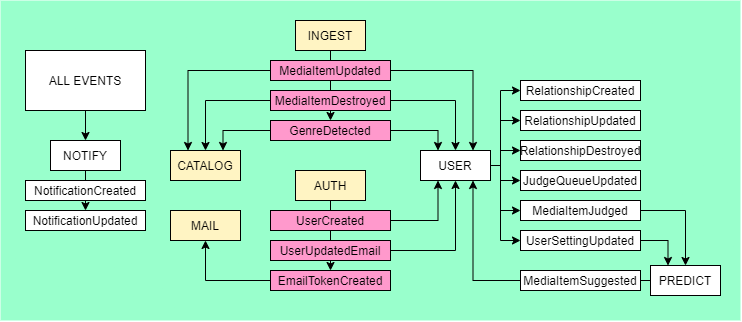
This is docs/event-flow.png from flickswipe/app, a draw.io export, as it was before one commit. Source tidied: cells renumbered, new cells last; positions are measured from the earlier drawing's top-left corner, leaving out a move shared by most shapes.
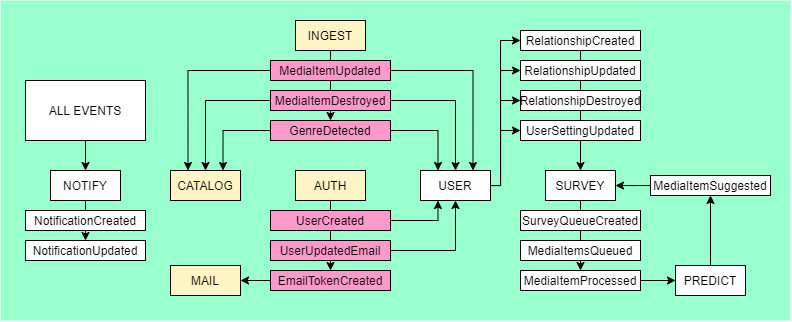
After the change.

Commit message:
Update with new microservice structure

The edit, as a diff of the source:
```diff
@@ -3,7 +3,7 @@
     <mxCell id="0" />
     <mxCell id="1" parent="0" />
     <mxCell id="2" style="whiteSpace=wrap;html=1;strokeColor=none;fillColor=#99FFCC;shadow=0;" parent="1" vertex="1">
-      <mxGeometry width="740" height="320" as="geometry" />
+      <mxGeometry width="790" height="320" as="geometry" />
     </mxCell>
     <mxCell id="3" style="edgeStyle=orthogonalEdgeStyle;rounded=0;jettySize=auto;html=1;entryX=0.5;entryY=0;entryDx=0;entryDy=0;" parent="1" edge="1" source="4" target="22">
       <mxGeometry relative="1" as="geometry" />
@@ -20,62 +20,46 @@
     <mxCell id="7" style="edgeStyle=orthogonalEdgeStyle;rounded=0;jettySize=auto;html=1;entryX=0;entryY=0.5;entryDx=0;entryDy=0;" parent="1" edge="1" source="13" target="33">
       <mxGeometry relative="1" as="geometry">
         <Array as="points">
-          <mxPoint x="500" y="165" />
-          <mxPoint x="500" y="90" />
+          <mxPoint x="500" y="185" />
+          <mxPoint x="500" y="40" />
         </Array>
       </mxGeometry>
     </mxCell>
     <mxCell id="8" style="edgeStyle=orthogonalEdgeStyle;rounded=0;jettySize=auto;html=1;entryX=0;entryY=0.5;entryDx=0;entryDy=0;" parent="1" edge="1" source="13" target="38">
       <mxGeometry relative="1" as="geometry">
         <Array as="points">
-          <mxPoint x="500" y="165" />
-          <mxPoint x="500" y="120" />
+          <mxPoint x="500" y="185" />
+          <mxPoint x="500" y="70" />
         </Array>
       </mxGeometry>
     </mxCell>
     <mxCell id="9" style="edgeStyle=orthogonalEdgeStyle;rounded=0;jettySize=auto;html=1;" parent="1" edge="1" source="13" target="39">
       <mxGeometry relative="1" as="geometry">
         <Array as="points">
-          <mxPoint x="500" y="165" />
-          <mxPoint x="500" y="150" />
+          <mxPoint x="500" y="185" />
+          <mxPoint x="500" y="100" />
         </Array>
       </mxGeometry>
     </mxCell>
     <mxCell id="10" style="edgeStyle=orthogonalEdgeStyle;rounded=0;jettySize=auto;html=1;" parent="1" edge="1" source="13" target="40">
       <mxGeometry relative="1" as="geometry">
         <Array as="points">
-          <mxPoint x="500" y="165" />
-          <mxPoint x="500" y="180" />
+          <mxPoint x="500" y="185" />
+          <mxPoint x="500" y="130" />
         </Array>
       </mxGeometry>
     </mxCell>
-    <mxCell id="11" style="edgeStyle=orthogonalEdgeStyle;rounded=0;jettySize=auto;html=1;entryX=0;entryY=0.5;entryDx=0;entryDy=0;" parent="1" edge="1" source="13" target="35">
-      <mxGeometry relative="1" as="geometry">
-        <Array as="points">
-          <mxPoint x="500" y="165" />
-          <mxPoint x="500" y="210" />
-        </Array>
-      </mxGeometry>
-    </mxCell>
-    <mxCell id="12" style="edgeStyle=orthogonalEdgeStyle;rounded=0;jettySize=auto;html=1;entryX=0;entryY=0.5;entryDx=0;entryDy=0;" parent="1" edge="1" source="13" target="37">
-      <mxGeometry relative="1" as="geometry">
-        <Array as="points">
-          <mxPoint x="500" y="165" />
-          <mxPoint x="500" y="240" />
-        </Array>
-      </mxGeometry>
-    </mxCell>
     <mxCell id="13" value="USER" style="rounded=0;whiteSpace=wrap;html=1;" parent="1" vertex="1">
-      <mxGeometry x="420" y="150" width="70" height="30" as="geometry" />
+      <mxGeometry x="420" y="170" width="70" height="30" as="geometry" />
     </mxCell>
     <mxCell id="14" value="CATALOG" style="rounded=0;whiteSpace=wrap;html=1;fillColor=#FFF4C3;" parent="1" vertex="1">
-      <mxGeometry x="170" y="150" width="70" height="30" as="geometry" />
+      <mxGeometry x="170" y="170" width="70" height="30" as="geometry" />
     </mxCell>
-    <mxCell id="15" style="edgeStyle=orthogonalEdgeStyle;rounded=0;jettySize=auto;html=1;entryX=0.833;entryY=0.5;entryDx=0;entryDy=0;entryPerimeter=0;" parent="1" edge="1" source="16" target="42">
+    <mxCell id="15" style="edgeStyle=orthogonalEdgeStyle;rounded=0;jettySize=auto;html=1;" parent="1" edge="1" source="16" target="42">
       <mxGeometry relative="1" as="geometry" />
     </mxCell>
     <mxCell id="16" value="PREDICT" style="rounded=0;whiteSpace=wrap;html=1;" parent="1" vertex="1">
-      <mxGeometry x="650" y="265" width="70" height="30" as="geometry" />
+      <mxGeometry x="675" y="265" width="70" height="30" as="geometry" />
     </mxCell>
     <mxCell id="17" style="edgeStyle=orthogonalEdgeStyle;rounded=0;jettySize=auto;html=1;entryX=0.25;entryY=1;entryDx=0;entryDy=0;" parent="1" edge="1" source="18" target="13">
       <mxGeometry relative="1" as="geometry" />
@@ -123,55 +107,64 @@
       <mxGeometry x="270" y="120" width="120" height="20" as="geometry" />
     </mxCell>
     <mxCell id="32" value="MAIL" style="rounded=0;whiteSpace=wrap;html=1;fillColor=#FFF4C3;" parent="1" vertex="1">
-      <mxGeometry x="170" y="210" width="70" height="30" as="geometry" />
+      <mxGeometry x="170" y="265" width="70" height="30" as="geometry" />
     </mxCell>
+    <mxCell id="49" style="edgeStyle=orthogonalEdgeStyle;rounded=0;jettySize=auto;html=1;entryX=0.5;entryY=0;entryDx=0;entryDy=0;" parent="1" edge="1" source="33" target="52">
+      <mxGeometry relative="1" as="geometry" />
+    </mxCell>
     <mxCell id="33" value="RelationshipCreated" style="rounded=0;whiteSpace=wrap;html=1;" parent="1" vertex="1">
-      <mxGeometry x="520" y="80" width="120" height="20" as="geometry" />
+      <mxGeometry x="520" y="30" width="120" height="20" as="geometry" />
     </mxCell>
-    <mxCell id="34" style="edgeStyle=orthogonalEdgeStyle;rounded=0;jettySize=auto;html=1;entryX=0.5;entryY=0;entryDx=0;entryDy=0;" parent="1" edge="1" source="35" target="16">
-      <mxGeometry relative="1" as="geometry" />
-    </mxCell>
-    <mxCell id="35" value="MediaItemJudged" style="rounded=0;whiteSpace=wrap;html=1;" parent="1" vertex="1">
-      <mxGeometry x="520" y="200" width="120" height="20" as="geometry" />
-    </mxCell>
-    <mxCell id="36" style="edgeStyle=orthogonalEdgeStyle;rounded=0;jettySize=auto;html=1;entryX=0.25;entryY=0;entryDx=0;entryDy=0;" parent="1" edge="1" source="37" target="16">
+    <mxCell id="36" style="edgeStyle=orthogonalEdgeStyle;rounded=0;jettySize=auto;html=1;" parent="1" edge="1" source="37" target="16">
       <mxGeometry relative="1" as="geometry" />
     </mxCell>
-    <mxCell id="37" value="UserSettingUpdated" style="rounded=0;whiteSpace=wrap;html=1;" parent="1" vertex="1">
-      <mxGeometry x="520" y="230" width="120" height="20" as="geometry" />
+    <mxCell id="37" value="MediaItemProcessed" style="rounded=0;whiteSpace=wrap;html=1;" parent="1" vertex="1">
+      <mxGeometry x="520" y="270" width="120" height="20" as="geometry" />
     </mxCell>
     <mxCell id="38" value="RelationshipUpdated" style="rounded=0;whiteSpace=wrap;html=1;" parent="1" vertex="1">
-      <mxGeometry x="520" y="110" width="120" height="20" as="geometry" />
+      <mxGeometry x="520" y="60" width="120" height="20" as="geometry" />
     </mxCell>
     <mxCell id="39" value="RelationshipDestroyed" style="rounded=0;whiteSpace=wrap;html=1;" parent="1" vertex="1">
-      <mxGeometry x="520" y="140" width="120" height="20" as="geometry" />
+      <mxGeometry x="520" y="90" width="120" height="20" as="geometry" />
     </mxCell>
-    <mxCell id="40" value="JudgeQueueUpdated" style="rounded=0;whiteSpace=wrap;html=1;" parent="1" vertex="1">
-      <mxGeometry x="520" y="170" width="120" height="20" as="geometry" />
+    <mxCell id="40" value="UserSettingUpdated" style="rounded=0;whiteSpace=wrap;html=1;" parent="1" vertex="1">
+      <mxGeometry x="520" y="120" width="120" height="20" as="geometry" />
     </mxCell>
-    <mxCell id="41" style="edgeStyle=orthogonalEdgeStyle;rounded=0;jettySize=auto;html=1;entryX=0.75;entryY=1;entryDx=0;entryDy=0;" parent="1" edge="1" source="42" target="13">
-      <mxGeometry relative="1" as="geometry" />
-    </mxCell>
+    <mxCell id="50" style="edgeStyle=orthogonalEdgeStyle;rounded=0;jettySize=auto;html=1;" parent="1" edge="1" source="42" target="52">
+      <mxGeometry relative="1" as="geometry" />
+    </mxCell>
     <mxCell id="42" value="MediaItemSuggested" style="rounded=0;whiteSpace=wrap;html=1;" parent="1" vertex="1">
-      <mxGeometry x="520" y="270" width="120" height="20" as="geometry" />
+      <mxGeometry x="650" y="175" width="120" height="20" as="geometry" />
     </mxCell>
     <mxCell id="43" style="edgeStyle=orthogonalEdgeStyle;rounded=0;jettySize=auto;html=1;" parent="1" edge="1" source="44" target="48">
       <mxGeometry relative="1" as="geometry" />
     </mxCell>
     <mxCell id="44" value="NOTIFY" style="rounded=0;whiteSpace=wrap;html=1;" parent="1" vertex="1">
-      <mxGeometry x="50" y="140" width="70" height="30" as="geometry" />
+      <mxGeometry x="50" y="170" width="70" height="30" as="geometry" />
     </mxCell>
     <mxCell id="45" style="edgeStyle=orthogonalEdgeStyle;rounded=0;jettySize=auto;html=1;" parent="1" edge="1" source="46" target="44">
       <mxGeometry relative="1" as="geometry" />
     </mxCell>
     <mxCell id="46" value="ALL EVENTS" style="rounded=0;whiteSpace=wrap;html=1;" parent="1" vertex="1">
-      <mxGeometry x="25" y="50" width="120" height="60" as="geometry" />
+      <mxGeometry x="25" y="80" width="120" height="60" as="geometry" />
     </mxCell>
     <mxCell id="47" value="NotificationCreated" style="rounded=0;whiteSpace=wrap;html=1;" parent="1" vertex="1">
-      <mxGeometry x="25" y="180" width="120" height="20" as="geometry" />
+      <mxGeometry x="25" y="210" width="120" height="20" as="geometry" />
     </mxCell>
     <mxCell id="48" value="NotificationUpdated" style="rounded=0;whiteSpace=wrap;html=1;" parent="1" vertex="1">
-      <mxGeometry x="25" y="210" width="120" height="20" as="geometry" />
+      <mxGeometry x="25" y="240" width="120" height="20" as="geometry" />
     </mxCell>
+    <mxCell id="51" style="edgeStyle=orthogonalEdgeStyle;rounded=0;jettySize=auto;html=1;entryX=0.5;entryY=0;entryDx=0;entryDy=0;" parent="1" edge="1" source="52" target="37">
+      <mxGeometry relative="1" as="geometry" />
+    </mxCell>
+    <mxCell id="52" value="SURVEY" style="rounded=0;whiteSpace=wrap;html=1;" parent="1" vertex="1">
+      <mxGeometry x="545" y="170" width="70" height="30" as="geometry" />
+    </mxCell>
+    <mxCell id="35" value="MediaItemsQueued" style="rounded=0;whiteSpace=wrap;html=1;" parent="1" vertex="1">
+      <mxGeometry x="520" y="240" width="120" height="20" as="geometry" />
+    </mxCell>
+    <mxCell id="53" value="SurveyQueueCreated" style="rounded=0;whiteSpace=wrap;html=1;" parent="1" vertex="1">
+      <mxGeometry x="520" y="210" width="120" height="20" as="geometry" />
+    </mxCell>
   </root>
 </mxGraphModel>
```
